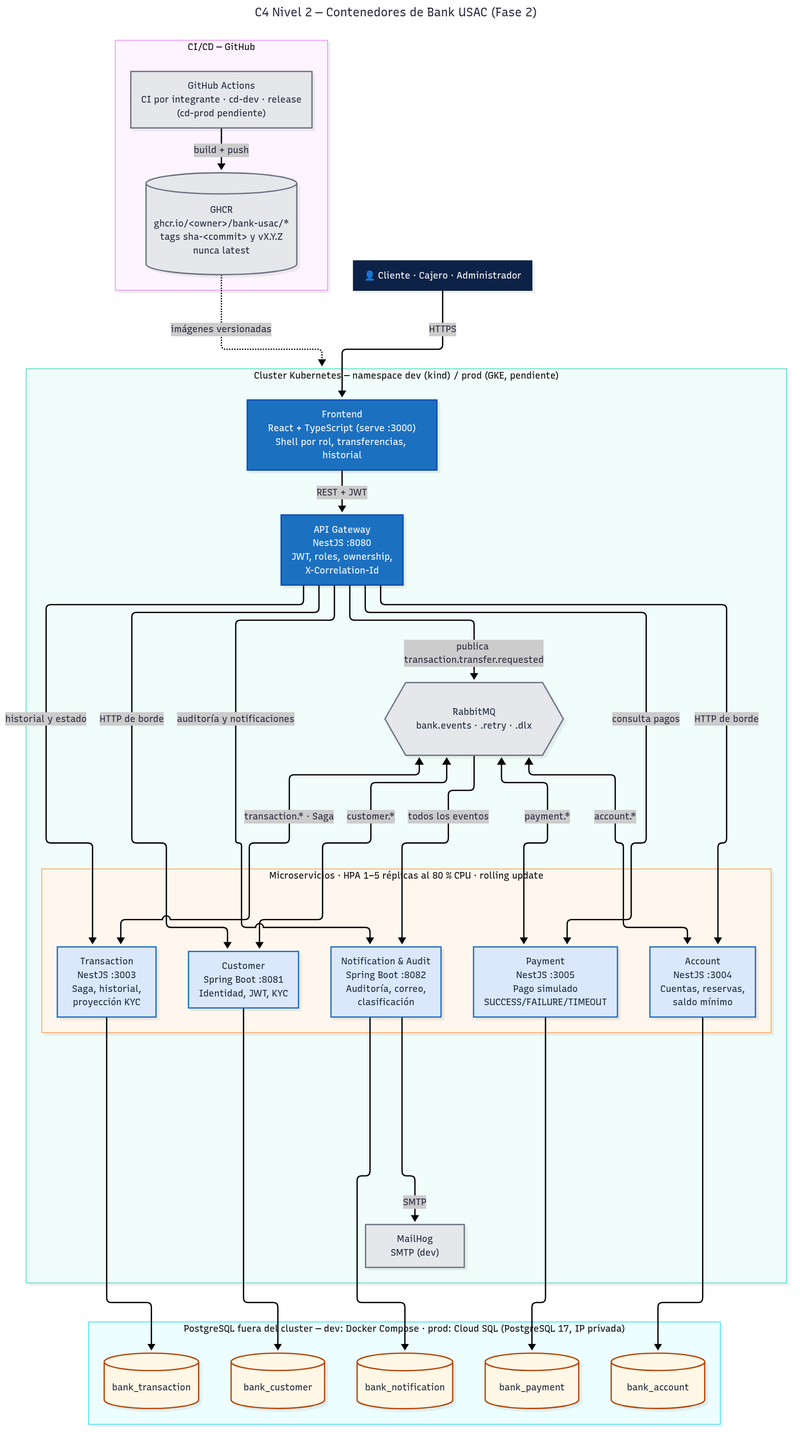
Before: docs/assets/diagramas/c4-container.png, a diagram exported from Mermaid (Ahletz/Proyecto-SA-B-10). Its source is kept beside it as docs/01-arquitectura/c4-src/c4-container.mmd.
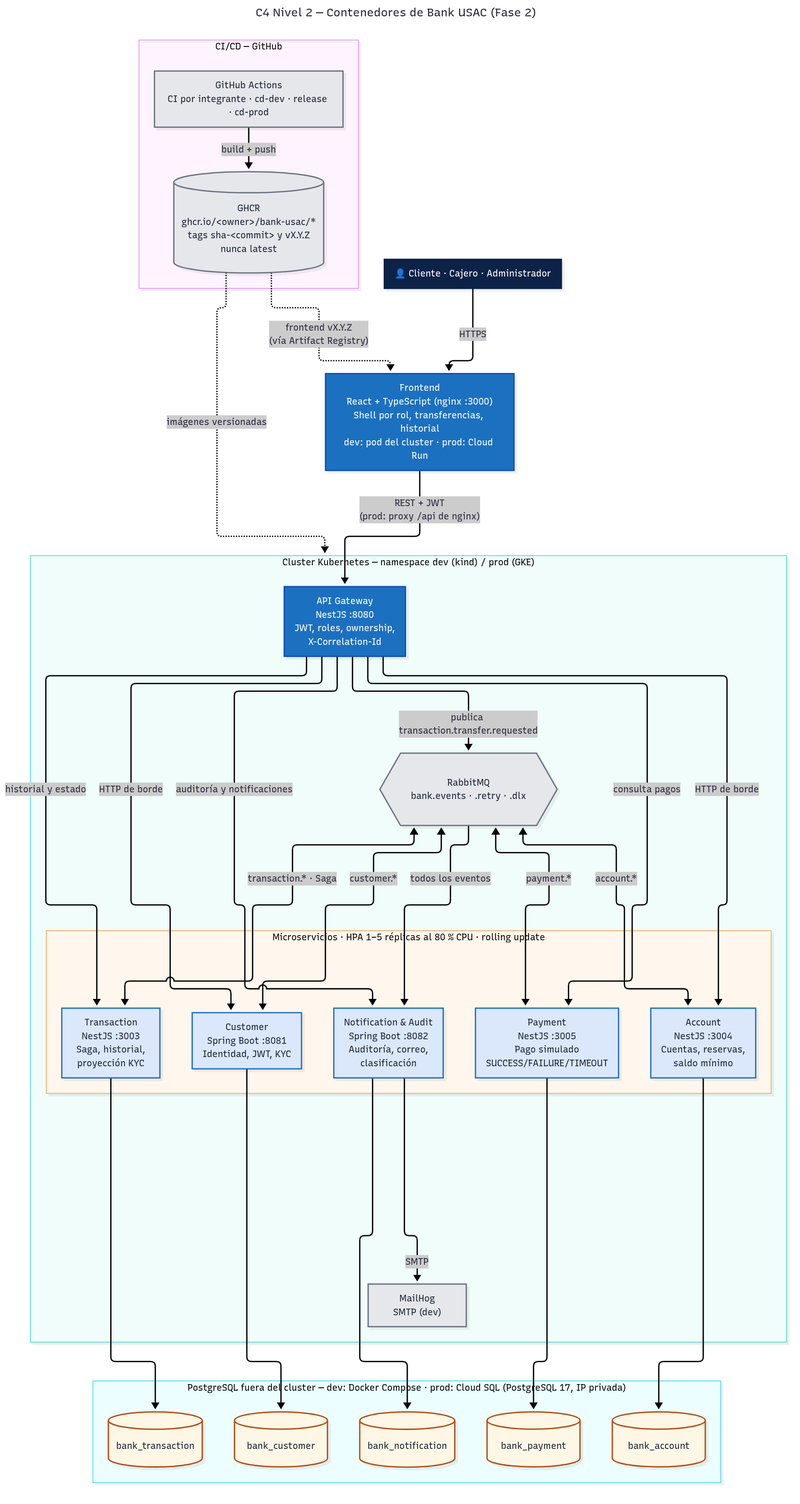
After the change.

What changed in the source:
```diff
@@ -10,13 +10,14 @@
 
     subgraph cicd["CI/CD — GitHub"]
         direction LR
-        actions["GitHub Actions\nCI por integrante · cd-dev · release\n(cd-prod pendiente)"]
+        actions["GitHub Actions\nCI por integrante · cd-dev · release · cd-prod"]
         ghcr[("GHCR\nghcr.io/&lt;owner&gt;/bank-usac/*\ntags sha-&lt;commit&gt; y vX.Y.Z\nnunca latest")]
         actions -->|"build + push"| ghcr
     end
 
-    subgraph k8s["Cluster Kubernetes — namespace dev (kind) / prod (GKE, pendiente)"]
-        frontend["Frontend\nReact + TypeScript (serve :3000)\nShell por rol, transferencias, historial"]
+    frontend["Frontend\nReact + TypeScript (nginx :3000)\nShell por rol, transferencias, historial\ndev: pod del cluster · prod: Cloud Run"]
+
+    subgraph k8s["Cluster Kubernetes — namespace dev (kind) / prod (GKE)"]
         gateway["API Gateway\nNestJS :8080\nJWT, roles, ownership,\nX-Correlation-Id"]
 
         subgraph servicios["Microservicios · HPA 1–5 réplicas al 80 % CPU · rolling update"]
@@ -42,7 +43,7 @@
     end
 
     usuarios -->|"HTTPS"| frontend
-    frontend -->|"REST + JWT"| gateway
+    frontend -->|"REST + JWT\n(prod: proxy /api de nginx)"| gateway
     gateway -->|"HTTP de borde"| customer
     gateway -->|"HTTP de borde"| account
     gateway -->|"historial y estado"| transaction
@@ -64,6 +65,7 @@
     notification --> dbn
 
     ghcr -.->|"imágenes versionadas"| k8s
+    ghcr -.->|"frontend vX.Y.Z\n(vía Artifact Registry)"| frontend
 
     classDef person fill:#0b2347,color:#fff,stroke:#0b2347
     classDef edge fill:#1f6fc0,color:#fff,stroke:#0b4db5
```
